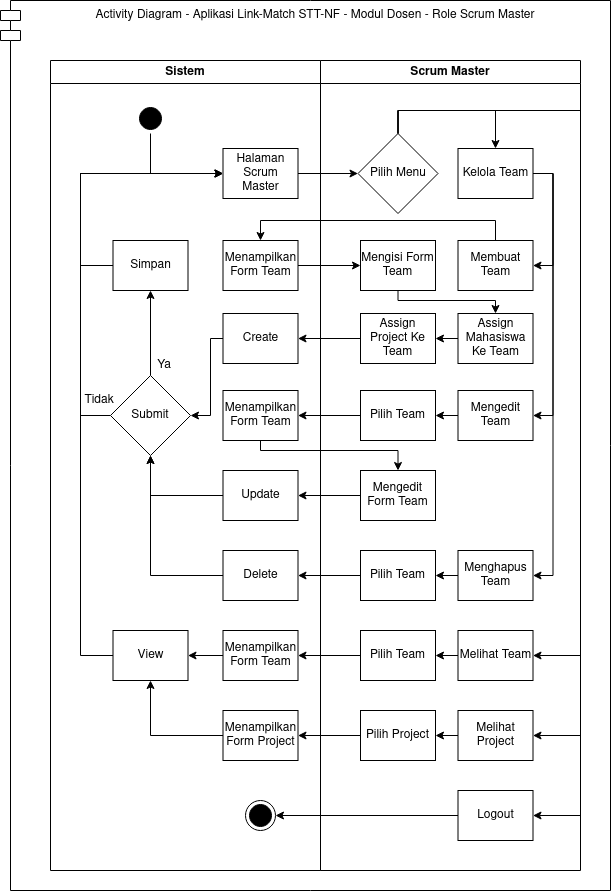
The draw.io diagram 1. Skripsi/Gambar/Gambar 4.9 Activity Diagram Role Scrum Master.png in mazharrasyad/Tugas-Akhir-S1, before a commit. Source tidied: cells renumbered, new cells last; positions are measured from the earlier drawing's top-left corner, leaving out a move shared by most shapes.
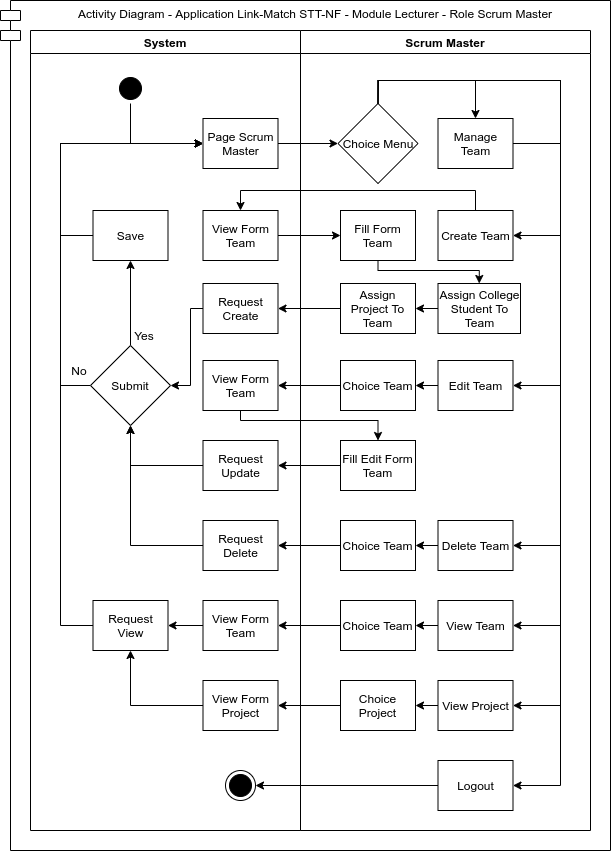
The same diagram one commit later.

Change to the diagram source:
```diff
@@ -2,14 +2,14 @@
   <root>
     <mxCell id="0" />
     <mxCell id="1" parent="0" />
-    <mxCell id="2" value="Activity Diagram - Aplikasi Link-Match STT-NF - Modul Dosen - Role Scrum Master" style="shape=module;align=left;spacingLeft=20;align=center;verticalAlign=top;strokeColor=#000000;" parent="1" vertex="1">
-      <mxGeometry width="610" height="890" as="geometry" />
+    <mxCell id="2" value="Activity Diagram - Application Link-Match STT-NF - Module Lecturer - Role Scrum Master" style="shape=module;align=left;spacingLeft=20;align=center;verticalAlign=top;strokeColor=#000000;" parent="1" vertex="1">
+      <mxGeometry x="20" y="30" width="610" height="850" as="geometry" />
     </mxCell>
     <mxCell id="3" value="Scrum Master" style="swimlane;whiteSpace=wrap;" parent="1" vertex="1">
-      <mxGeometry x="320" y="60" width="260" height="810" as="geometry" />
+      <mxGeometry x="320" y="60" width="290" height="800" as="geometry" />
     </mxCell>
-    <mxCell id="4" value="Sistem" style="swimlane;whiteSpace=wrap;swimlaneLine=1;" parent="1" vertex="1">
-      <mxGeometry x="50" y="60" width="270" height="810" as="geometry" />
+    <mxCell id="4" value="System" style="swimlane;whiteSpace=wrap;swimlaneLine=1;" parent="1" vertex="1">
+      <mxGeometry x="50" y="60" width="270" height="800" as="geometry" />
     </mxCell>
     <mxCell id="5" style="edgeStyle=orthogonalEdgeStyle;rounded=0;jettySize=auto;html=1;exitX=0.5;exitY=0;exitDx=0;exitDy=0;entryX=0.5;entryY=0;entryDx=0;entryDy=0;" parent="1" edge="1" source="8" target="12">
       <mxGeometry relative="1" as="geometry">
@@ -37,22 +37,37 @@
         </Array>
       </mxGeometry>
     </mxCell>
-    <mxCell id="8" value="Pilih Menu" style="rhombus;whiteSpace=wrap;html=1;strokeColor=#000000;" parent="1" vertex="1">
+    <mxCell id="8" value="Choice Menu" style="rhombus;whiteSpace=wrap;html=1;strokeColor=#000000;" parent="1" vertex="1">
       <mxGeometry x="357.5" y="133" width="80" height="80" as="geometry" />
     </mxCell>
     <mxCell id="9" style="edgeStyle=orthogonalEdgeStyle;rounded=0;jettySize=auto;html=1;exitX=1;exitY=0.5;exitDx=0;exitDy=0;entryX=1;entryY=0.5;entryDx=0;entryDy=0;" parent="1" edge="1" source="12" target="27">
-      <mxGeometry relative="1" as="geometry" />
+      <mxGeometry relative="1" as="geometry">
+        <Array as="points">
+          <mxPoint x="580" y="173" />
+          <mxPoint x="580" y="265" />
+        </Array>
+      </mxGeometry>
     </mxCell>
     <mxCell id="10" style="edgeStyle=orthogonalEdgeStyle;rounded=0;jettySize=auto;html=1;exitX=1;exitY=0.5;exitDx=0;exitDy=0;entryX=1;entryY=0.5;entryDx=0;entryDy=0;" parent="1" edge="1" source="12" target="47">
-      <mxGeometry relative="1" as="geometry" />
+      <mxGeometry relative="1" as="geometry">
+        <Array as="points">
+          <mxPoint x="580" y="173" />
+          <mxPoint x="580" y="415" />
+        </Array>
+      </mxGeometry>
     </mxCell>
     <mxCell id="11" style="edgeStyle=orthogonalEdgeStyle;rounded=0;jettySize=auto;html=1;exitX=1;exitY=0.5;exitDx=0;exitDy=0;entryX=1;entryY=0.5;entryDx=0;entryDy=0;" parent="1" edge="1" source="12" target="49">
-      <mxGeometry relative="1" as="geometry" />
+      <mxGeometry relative="1" as="geometry">
+        <Array as="points">
+          <mxPoint x="580" y="173" />
+          <mxPoint x="580" y="575" />
+        </Array>
+      </mxGeometry>
     </mxCell>
-    <mxCell id="12" value="Kelola Team" style="html=1;whiteSpace=wrap;" parent="1" vertex="1">
+    <mxCell id="12" value="Manage Team" style="html=1;whiteSpace=wrap;" parent="1" vertex="1">
       <mxGeometry x="457.5" y="148" width="75" height="50" as="geometry" />
     </mxCell>
-    <mxCell id="13" value="Melihat Project" style="html=1;whiteSpace=wrap;" parent="1" vertex="1">
+    <mxCell id="13" value="View Project" style="html=1;whiteSpace=wrap;" parent="1" vertex="1">
       <mxGeometry x="457.5" y="710" width="75" height="50" as="geometry" />
     </mxCell>
     <mxCell id="14" style="edgeStyle=orthogonalEdgeStyle;rounded=0;jettySize=auto;html=1;exitX=0.5;exitY=0;exitDx=0;exitDy=0;entryX=0.5;entryY=1;entryDx=0;entryDy=0;" parent="1" edge="1" source="16" target="44">
@@ -69,13 +84,13 @@
     <mxCell id="16" value="Submit" style="rhombus;whiteSpace=wrap;html=1;strokeColor=#000000;" parent="1" vertex="1">
       <mxGeometry x="110" y="375" width="80" height="80" as="geometry" />
     </mxCell>
-    <mxCell id="17" value="Ya" style="text;html=1;strokeColor=none;fillColor=none;align=center;verticalAlign=middle;whiteSpace=wrap;rounded=0;" parent="1" vertex="1">
+    <mxCell id="17" value="Yes" style="text;html=1;strokeColor=none;fillColor=none;align=center;verticalAlign=middle;whiteSpace=wrap;rounded=0;" parent="1" vertex="1">
       <mxGeometry x="135" y="355" width="57.5" height="20" as="geometry" />
     </mxCell>
-    <mxCell id="18" value="Tidak" style="text;html=1;strokeColor=none;fillColor=none;align=center;verticalAlign=middle;whiteSpace=wrap;rounded=0;" parent="1" vertex="1">
+    <mxCell id="18" value="No" style="text;html=1;strokeColor=none;fillColor=none;align=center;verticalAlign=middle;whiteSpace=wrap;rounded=0;" parent="1" vertex="1">
       <mxGeometry x="87.8" y="390" width="22.2" height="20" as="geometry" />
     </mxCell>
-    <mxCell id="19" value="Pilih Project" style="html=1;whiteSpace=wrap;" parent="1" vertex="1">
+    <mxCell id="19" value="Choice Project" style="html=1;whiteSpace=wrap;" parent="1" vertex="1">
       <mxGeometry x="360" y="710" width="75" height="50" as="geometry" />
     </mxCell>
     <mxCell id="20" style="edgeStyle=orthogonalEdgeStyle;rounded=0;jettySize=auto;html=1;exitX=0;exitY=0.5;exitDx=0;exitDy=0;entryX=1;entryY=0.5;entryDx=0;entryDy=0;" parent="1" edge="1" source="13" target="19">
@@ -84,19 +99,10 @@
     <mxCell id="21" value="Logout" style="html=1;whiteSpace=wrap;" parent="1" vertex="1">
       <mxGeometry x="457.5" y="790" width="75" height="50" as="geometry" />
     </mxCell>
-    <mxCell id="22" style="edgeStyle=orthogonalEdgeStyle;rounded=0;jettySize=auto;html=1;exitX=0.5;exitY=0;exitDx=0;exitDy=0;entryX=1;entryY=0.5;entryDx=0;entryDy=0;" parent="1" edge="1" source="8" target="21">
-      <mxGeometry relative="1" as="geometry">
-        <Array as="points">
-          <mxPoint x="397" y="110" />
-          <mxPoint x="580" y="110" />
-          <mxPoint x="580" y="815" />
-        </Array>
-      </mxGeometry>
-    </mxCell>
-    <mxCell id="23" value="Melihat Team" style="html=1;whiteSpace=wrap;" parent="1" vertex="1">
+    <mxCell id="23" value="View Team" style="html=1;whiteSpace=wrap;" parent="1" vertex="1">
       <mxGeometry x="457.5" y="630" width="75" height="50" as="geometry" />
     </mxCell>
-    <mxCell id="24" value="Pilih Team" style="html=1;whiteSpace=wrap;" parent="1" vertex="1">
+    <mxCell id="24" value="Choice Team" style="html=1;whiteSpace=wrap;" parent="1" vertex="1">
       <mxGeometry x="360" y="630" width="75" height="50" as="geometry" />
     </mxCell>
     <mxCell id="25" style="edgeStyle=orthogonalEdgeStyle;rounded=0;jettySize=auto;html=1;exitX=0;exitY=0.5;exitDx=0;exitDy=0;" parent="1" edge="1" source="23" target="24">
@@ -110,7 +116,7 @@
         </Array>
       </mxGeometry>
     </mxCell>
-    <mxCell id="27" value="Membuat Team" style="html=1;whiteSpace=wrap;" parent="1" vertex="1">
+    <mxCell id="27" value="Create Team" style="html=1;whiteSpace=wrap;" parent="1" vertex="1">
       <mxGeometry x="457.5" y="240" width="75" height="50" as="geometry" />
     </mxCell>
     <mxCell id="28" style="edgeStyle=orthogonalEdgeStyle;rounded=0;jettySize=auto;html=1;exitX=1;exitY=0.5;exitDx=0;exitDy=0;entryX=0;entryY=0.5;entryDx=0;entryDy=0;" parent="1" edge="1" source="34" target="8">
@@ -135,13 +141,13 @@
     <mxCell id="33" style="ellipse;html=1;shape=startState;fillColor=#000000;" parent="1" vertex="1">
       <mxGeometry x="135" y="103" width="30" height="30" as="geometry" />
     </mxCell>
-    <mxCell id="34" value="Halaman Scrum Master" style="html=1;whiteSpace=wrap;" parent="1" vertex="1">
+    <mxCell id="34" value="Page Scrum Master" style="html=1;whiteSpace=wrap;" parent="1" vertex="1">
       <mxGeometry x="222.5" y="148" width="75" height="50" as="geometry" />
     </mxCell>
     <mxCell id="35" style="edgeStyle=orthogonalEdgeStyle;rounded=0;jettySize=auto;html=1;exitX=1;exitY=0.5;exitDx=0;exitDy=0;entryX=0;entryY=0.5;entryDx=0;entryDy=0;" parent="1" edge="1" source="36" target="51">
       <mxGeometry relative="1" as="geometry" />
     </mxCell>
-    <mxCell id="36" value="Menampilkan Form Team" style="html=1;whiteSpace=wrap;" parent="1" vertex="1">
+    <mxCell id="36" value="View Form Team" style="html=1;whiteSpace=wrap;" parent="1" vertex="1">
       <mxGeometry x="222.5" y="240" width="75" height="50" as="geometry" />
     </mxCell>
     <mxCell id="37" style="edgeStyle=orthogonalEdgeStyle;rounded=0;jettySize=auto;html=1;exitX=0;exitY=0.5;exitDx=0;exitDy=0;entryX=0;entryY=0.5;entryDx=0;entryDy=0;" parent="1" edge="1" source="38" target="34">
@@ -152,19 +158,19 @@
         </Array>
       </mxGeometry>
     </mxCell>
-    <mxCell id="38" value="View" style="html=1;whiteSpace=wrap;" parent="1" vertex="1">
+    <mxCell id="38" value="Request View" style="html=1;whiteSpace=wrap;" parent="1" vertex="1">
       <mxGeometry x="112.5" y="630" width="75" height="50" as="geometry" />
     </mxCell>
     <mxCell id="39" style="edgeStyle=orthogonalEdgeStyle;rounded=0;jettySize=auto;html=1;exitX=0;exitY=0.5;exitDx=0;exitDy=0;entryX=0.5;entryY=1;entryDx=0;entryDy=0;" parent="1" edge="1" source="40" target="38">
       <mxGeometry relative="1" as="geometry" />
     </mxCell>
-    <mxCell id="40" value="Menampilkan Form Project" style="html=1;whiteSpace=wrap;" parent="1" vertex="1">
+    <mxCell id="40" value="View Form Project" style="html=1;whiteSpace=wrap;" parent="1" vertex="1">
       <mxGeometry x="222.5" y="710" width="75" height="50" as="geometry" />
     </mxCell>
     <mxCell id="41" style="edgeStyle=orthogonalEdgeStyle;rounded=0;jettySize=auto;html=1;exitX=0;exitY=0.5;exitDx=0;exitDy=0;entryX=1;entryY=0.5;entryDx=0;entryDy=0;" parent="1" edge="1" source="42" target="38">
       <mxGeometry relative="1" as="geometry" />
     </mxCell>
-    <mxCell id="42" value="Menampilkan Form Team" style="html=1;whiteSpace=wrap;" parent="1" vertex="1">
+    <mxCell id="42" value="View Form Team" style="html=1;whiteSpace=wrap;" parent="1" vertex="1">
       <mxGeometry x="222.5" y="630" width="75" height="50" as="geometry" />
     </mxCell>
     <mxCell id="43" style="edgeStyle=orthogonalEdgeStyle;rounded=0;jettySize=auto;html=1;exitX=0;exitY=0.5;exitDx=0;exitDy=0;entryX=0;entryY=0.5;entryDx=0;entryDy=0;" parent="1" edge="1" source="44" target="34">
@@ -175,7 +181,7 @@
         </Array>
       </mxGeometry>
     </mxCell>
-    <mxCell id="44" value="Simpan" style="html=1;whiteSpace=wrap;" parent="1" vertex="1">
+    <mxCell id="44" value="Save" style="html=1;whiteSpace=wrap;" parent="1" vertex="1">
       <mxGeometry x="112.5" y="240" width="75" height="50" as="geometry" />
     </mxCell>
     <mxCell id="45" style="edgeStyle=orthogonalEdgeStyle;rounded=0;jettySize=auto;html=1;exitX=0;exitY=0.5;exitDx=0;exitDy=0;entryX=1;entryY=0.5;entryDx=0;entryDy=0;" parent="1" edge="1" source="24" target="42">
@@ -184,48 +190,48 @@
     <mxCell id="46" style="edgeStyle=orthogonalEdgeStyle;rounded=0;jettySize=auto;html=1;exitX=0;exitY=0.5;exitDx=0;exitDy=0;entryX=1;entryY=0.5;entryDx=0;entryDy=0;" parent="1" edge="1" source="47" target="53">
       <mxGeometry relative="1" as="geometry" />
     </mxCell>
-    <mxCell id="47" value="Mengedit Team" style="html=1;whiteSpace=wrap;" parent="1" vertex="1">
+    <mxCell id="47" value="Edit Team" style="html=1;whiteSpace=wrap;" parent="1" vertex="1">
       <mxGeometry x="457.5" y="390" width="75" height="50" as="geometry" />
     </mxCell>
     <mxCell id="48" style="edgeStyle=orthogonalEdgeStyle;rounded=0;jettySize=auto;html=1;exitX=0;exitY=0.5;exitDx=0;exitDy=0;entryX=1;entryY=0.5;entryDx=0;entryDy=0;" parent="1" edge="1" source="49" target="55">
       <mxGeometry relative="1" as="geometry" />
     </mxCell>
-    <mxCell id="49" value="Menghapus Team" style="html=1;whiteSpace=wrap;" parent="1" vertex="1">
+    <mxCell id="49" value="Delete Team" style="html=1;whiteSpace=wrap;" parent="1" vertex="1">
       <mxGeometry x="457.5" y="550" width="75" height="50" as="geometry" />
     </mxCell>
     <mxCell id="50" style="edgeStyle=orthogonalEdgeStyle;rounded=0;jettySize=auto;html=1;exitX=0.5;exitY=1;exitDx=0;exitDy=0;entryX=0.5;entryY=0;entryDx=0;entryDy=0;" parent="1" edge="1" source="51" target="57">
       <mxGeometry relative="1" as="geometry">
         <Array as="points">
           <mxPoint x="398" y="300" />
-          <mxPoint x="495" y="300" />
+          <mxPoint x="499" y="300" />
         </Array>
       </mxGeometry>
     </mxCell>
-    <mxCell id="51" value="Mengisi Form Team" style="html=1;whiteSpace=wrap;" parent="1" vertex="1">
+    <mxCell id="51" value="Fill Form Team" style="html=1;whiteSpace=wrap;" parent="1" vertex="1">
       <mxGeometry x="360" y="240" width="75" height="50" as="geometry" />
     </mxCell>
     <mxCell id="52" style="edgeStyle=orthogonalEdgeStyle;rounded=0;jettySize=auto;html=1;exitX=0;exitY=0.5;exitDx=0;exitDy=0;entryX=1;entryY=0.5;entryDx=0;entryDy=0;" parent="1" edge="1" source="53" target="67">
       <mxGeometry relative="1" as="geometry" />
     </mxCell>
-    <mxCell id="53" value="Pilih Team" style="html=1;whiteSpace=wrap;" parent="1" vertex="1">
+    <mxCell id="53" value="Choice Team" style="html=1;whiteSpace=wrap;" parent="1" vertex="1">
       <mxGeometry x="360" y="390" width="75" height="50" as="geometry" />
     </mxCell>
     <mxCell id="54" style="edgeStyle=orthogonalEdgeStyle;rounded=0;jettySize=auto;html=1;exitX=0;exitY=0.5;exitDx=0;exitDy=0;entryX=1;entryY=0.5;entryDx=0;entryDy=0;" parent="1" edge="1" source="55" target="63">
       <mxGeometry relative="1" as="geometry" />
     </mxCell>
-    <mxCell id="55" value="Pilih Team" style="html=1;whiteSpace=wrap;" parent="1" vertex="1">
+    <mxCell id="55" value="Choice Team" style="html=1;whiteSpace=wrap;" parent="1" vertex="1">
       <mxGeometry x="360" y="550" width="75" height="50" as="geometry" />
     </mxCell>
     <mxCell id="56" style="edgeStyle=orthogonalEdgeStyle;rounded=0;jettySize=auto;html=1;exitX=0;exitY=0.5;exitDx=0;exitDy=0;entryX=1;entryY=0.5;entryDx=0;entryDy=0;" parent="1" edge="1" source="57" target="59">
       <mxGeometry relative="1" as="geometry" />
     </mxCell>
-    <mxCell id="57" value="Assign Mahasiswa Ke Team" style="html=1;whiteSpace=wrap;" parent="1" vertex="1">
-      <mxGeometry x="457.5" y="313" width="75" height="50" as="geometry" />
+    <mxCell id="57" value="Assign College Student To Team" style="html=1;whiteSpace=wrap;" parent="1" vertex="1">
+      <mxGeometry x="457.5" y="313" width="82.5" height="50" as="geometry" />
     </mxCell>
     <mxCell id="58" style="edgeStyle=orthogonalEdgeStyle;rounded=0;jettySize=auto;html=1;exitX=0;exitY=0.5;exitDx=0;exitDy=0;entryX=1;entryY=0.5;entryDx=0;entryDy=0;" parent="1" edge="1" source="59" target="61">
       <mxGeometry relative="1" as="geometry" />
     </mxCell>
-    <mxCell id="59" value="Assign Project Ke Team" style="html=1;whiteSpace=wrap;" parent="1" vertex="1">
+    <mxCell id="59" value="Assign Project To Team" style="html=1;whiteSpace=wrap;" parent="1" vertex="1">
       <mxGeometry x="360" y="313" width="75" height="50" as="geometry" />
     </mxCell>
     <mxCell id="60" style="edgeStyle=orthogonalEdgeStyle;rounded=0;jettySize=auto;html=1;exitX=0;exitY=0.5;exitDx=0;exitDy=0;entryX=1;entryY=0.5;entryDx=0;entryDy=0;" parent="1" edge="1" source="61" target="16">
@@ -236,19 +242,19 @@
         </Array>
       </mxGeometry>
     </mxCell>
-    <mxCell id="61" value="Create" style="html=1;whiteSpace=wrap;" parent="1" vertex="1">
+    <mxCell id="61" value="Request Create" style="html=1;whiteSpace=wrap;" parent="1" vertex="1">
       <mxGeometry x="222.5" y="313" width="75" height="50" as="geometry" />
     </mxCell>
     <mxCell id="62" style="edgeStyle=orthogonalEdgeStyle;rounded=0;jettySize=auto;html=1;exitX=0;exitY=0.5;exitDx=0;exitDy=0;entryX=0.5;entryY=1;entryDx=0;entryDy=0;" parent="1" edge="1" source="63" target="16">
       <mxGeometry relative="1" as="geometry" />
     </mxCell>
-    <mxCell id="63" value="Delete" style="html=1;whiteSpace=wrap;" parent="1" vertex="1">
+    <mxCell id="63" value="Request Delete" style="html=1;whiteSpace=wrap;" parent="1" vertex="1">
       <mxGeometry x="222.5" y="550" width="75" height="50" as="geometry" />
     </mxCell>
     <mxCell id="64" style="edgeStyle=orthogonalEdgeStyle;rounded=0;jettySize=auto;html=1;exitX=0;exitY=0.5;exitDx=0;exitDy=0;entryX=0.5;entryY=1;entryDx=0;entryDy=0;" parent="1" edge="1" source="65" target="16">
       <mxGeometry relative="1" as="geometry" />
     </mxCell>
-    <mxCell id="65" value="Update" style="html=1;whiteSpace=wrap;" parent="1" vertex="1">
+    <mxCell id="65" value="Request Update" style="html=1;whiteSpace=wrap;" parent="1" vertex="1">
       <mxGeometry x="222.5" y="470" width="75" height="50" as="geometry" />
     </mxCell>
     <mxCell id="66" style="edgeStyle=orthogonalEdgeStyle;rounded=0;jettySize=auto;html=1;exitX=0.5;exitY=1;exitDx=0;exitDy=0;entryX=0.5;entryY=0;entryDx=0;entryDy=0;" parent="1" edge="1" source="67" target="69">
@@ -259,14 +265,23 @@
         </Array>
       </mxGeometry>
     </mxCell>
-    <mxCell id="67" value="Menampilkan Form Team" style="html=1;whiteSpace=wrap;" parent="1" vertex="1">
+    <mxCell id="67" value="View Form Team" style="html=1;whiteSpace=wrap;" parent="1" vertex="1">
       <mxGeometry x="222.5" y="390" width="75" height="50" as="geometry" />
     </mxCell>
     <mxCell id="68" style="edgeStyle=orthogonalEdgeStyle;rounded=0;jettySize=auto;html=1;exitX=0;exitY=0.5;exitDx=0;exitDy=0;entryX=1;entryY=0.5;entryDx=0;entryDy=0;" parent="1" edge="1" source="69" target="65">
       <mxGeometry relative="1" as="geometry" />
     </mxCell>
-    <mxCell id="69" value="Mengedit Form Team" style="html=1;whiteSpace=wrap;" parent="1" vertex="1">
+    <mxCell id="69" value="Fill Edit Form Team" style="html=1;whiteSpace=wrap;" parent="1" vertex="1">
       <mxGeometry x="360" y="470" width="75" height="50" as="geometry" />
     </mxCell>
+    <mxCell id="22" style="endArrow=classic;html=1;exitX=0.5;exitY=0;exitDx=0;exitDy=0;entryX=1;entryY=0.5;entryDx=0;entryDy=0;rounded=0;" parent="1" edge="1" source="8" target="21">
+      <mxGeometry relative="1" as="geometry">
+        <Array as="points">
+          <mxPoint x="398" y="110" />
+          <mxPoint x="580" y="110" />
+          <mxPoint x="580" y="815" />
+        </Array>
+      </mxGeometry>
+    </mxCell>
   </root>
 </mxGraphModel>
```
